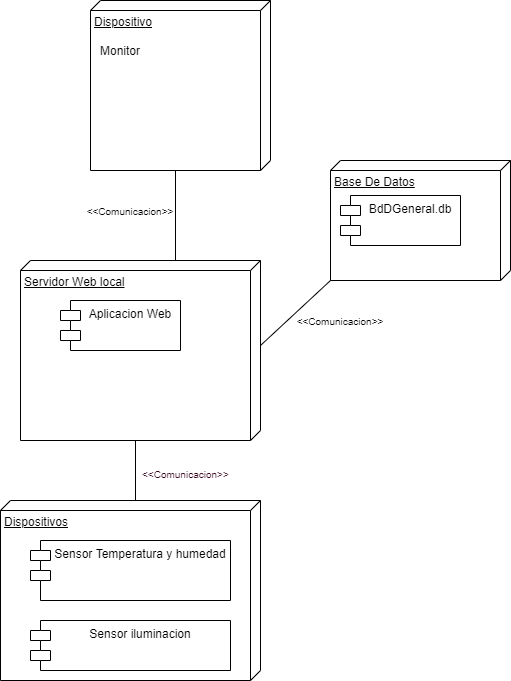
The draw.io diagram img/DiagramaDistribucion.drawio.png in EduardoCollazoR/AnalisisAvanzDeSoft, before a commit. Source tidied: cells renumbered, new cells last; positions are measured from the earlier drawing's top-left corner, leaving out a move shared by most shapes.
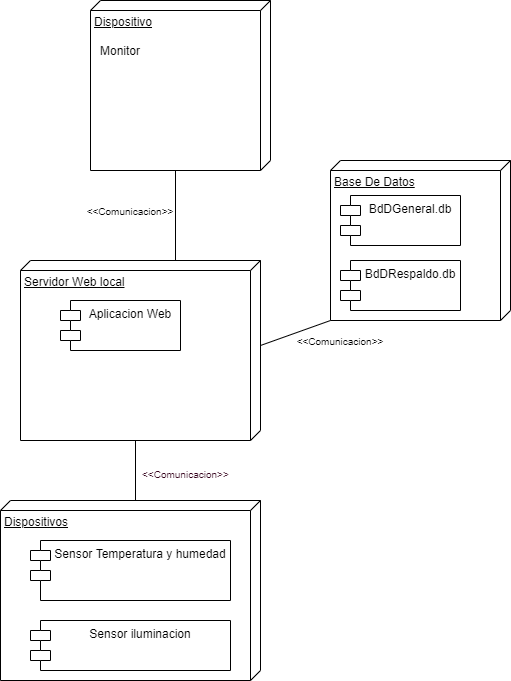
After the commit.

The edit, as a diff of the source:
```diff
@@ -9,7 +9,7 @@
       <mxGeometry x="20" y="260" width="240" height="180" as="geometry" />
     </mxCell>
     <mxCell id="4" value="Base De Datos" style="verticalAlign=top;align=left;spacingTop=8;spacingLeft=2;spacingRight=12;shape=cube;size=10;direction=south;fontStyle=4;html=1;" parent="1" vertex="1">
-      <mxGeometry x="330" y="160" width="180" height="120" as="geometry" />
+      <mxGeometry x="330" y="160" width="180" height="160" as="geometry" />
     </mxCell>
     <mxCell id="5" style="endArrow=none;html=1;entryX=0;entryY=0;entryDx=170;entryDy=95;entryPerimeter=0;exitX=0;exitY=0;exitDx=0;exitDy=85;exitPerimeter=0;" parent="1" edge="1" source="3" target="2">
       <mxGeometry relative="1" as="geometry" />
@@ -24,7 +24,7 @@
       <mxGeometry relative="1" as="geometry" />
     </mxCell>
     <mxCell id="9" value="&lt;span style=&quot;font-size: 10px&quot;&gt;&amp;lt;&amp;lt;Comunicacion&amp;gt;&amp;gt;&lt;/span&gt;" style="text;html=1;strokeColor=none;fillColor=none;align=center;verticalAlign=middle;whiteSpace=wrap;rounded=0;" parent="1" vertex="1">
-      <mxGeometry x="320" y="310" width="40" height="20" as="geometry" />
+      <mxGeometry x="320" y="330" width="40" height="20" as="geometry" />
     </mxCell>
     <mxCell id="10" value="Monitor" style="text;html=1;strokeColor=none;fillColor=none;align=center;verticalAlign=middle;whiteSpace=wrap;rounded=0;" parent="1" vertex="1">
       <mxGeometry x="100" y="40" width="40" height="20" as="geometry" />
@@ -47,5 +47,8 @@
     <mxCell id="16" value="BdDGeneral.db" style="shape=module;align=left;spacingLeft=20;align=center;verticalAlign=top;" parent="1" vertex="1">
       <mxGeometry x="340" y="195" width="120" height="50" as="geometry" />
     </mxCell>
+    <mxCell id="17" value="BdDRespaldo.db" style="shape=module;align=left;spacingLeft=20;align=center;verticalAlign=top;" parent="1" vertex="1">
+      <mxGeometry x="340" y="260" width="120" height="50" as="geometry" />
+    </mxCell>
   </root>
 </mxGraphModel>
```
